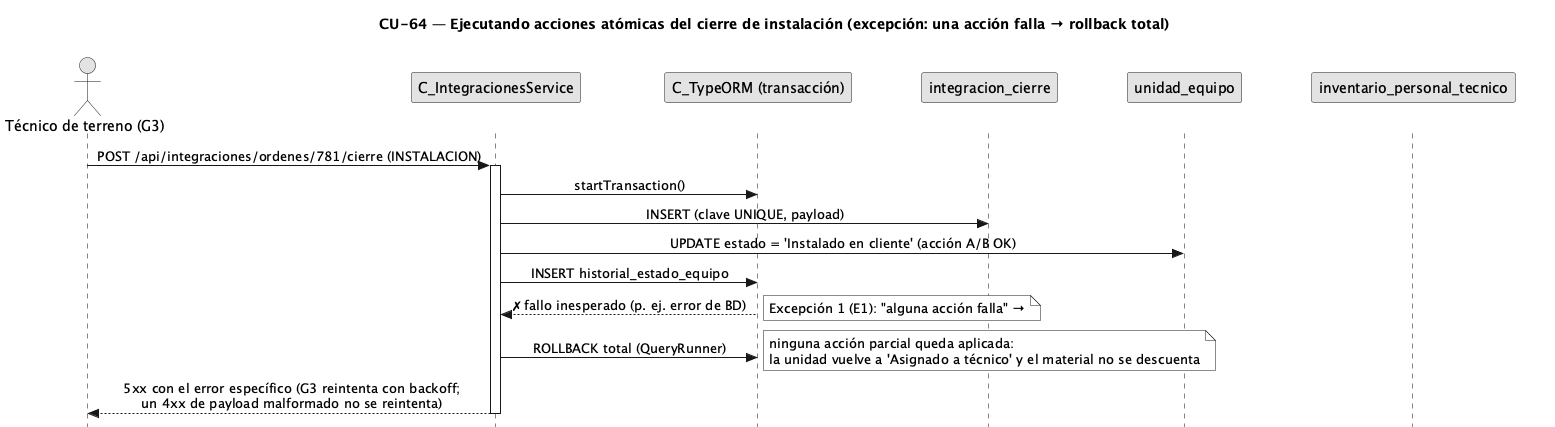
FSM-Finet-y-Cable-Magico/Team_1-Inventario-y-Bodega keeps this PlantUML diagram as diagramas/diagramas-secuencia/CU64/CU64-exc-fallo-accion.png. Above is the earlier version. Source of this version:
```plantuml
@startuml CU64-exc-fallo-accion
title CU-64 — Ejecutando acciones atómicas del cierre de instalación (excepción: una acción falla → rollback total)
skinparam style strictuml
skinparam monochrome true
skinparam shadowing false
skinparam sequenceMessageAlign center
<style>
sequenceDiagram {
  participant {
    margin 30
  }
  actor {
    margin 12
  }
}
</style>
skinparam sequence {
  MessageAlign center
  LifeLineBorderColor black
}
hide footbox

actor "Técnico de terreno (G3)" as g3
participant "C_IntegracionesService" as svc
participant "C_TypeORM (transacción)" as orm
participant "integracion_cierre" as cierre
participant "unidad_equipo" as uni
participant "inventario_personal_tecnico" as inv

g3 -> svc : POST /api/integraciones/ordenes/781/cierre (INSTALACION)
activate svc
svc -> orm : startTransaction()
svc -> cierre : INSERT (clave UNIQUE, payload)
svc -> uni : UPDATE estado = 'Instalado en cliente' (acción A/B OK)
svc -> orm : INSERT historial_estado_equipo
orm --> svc : ✗ fallo inesperado (p. ej. error de BD)
note right : Excepción 1 (E1): "alguna acción falla" →
svc -> orm : ROLLBACK total (QueryRunner)
note right : ninguna acción parcial queda aplicada:\nla unidad vuelve a 'Asignado a técnico' y el material no se descuenta
svc --> g3 : 5xx con el error específico (G3 reintenta con backoff;\nun 4xx de payload malformado no se reintenta)
deactivate svc
@enduml
```
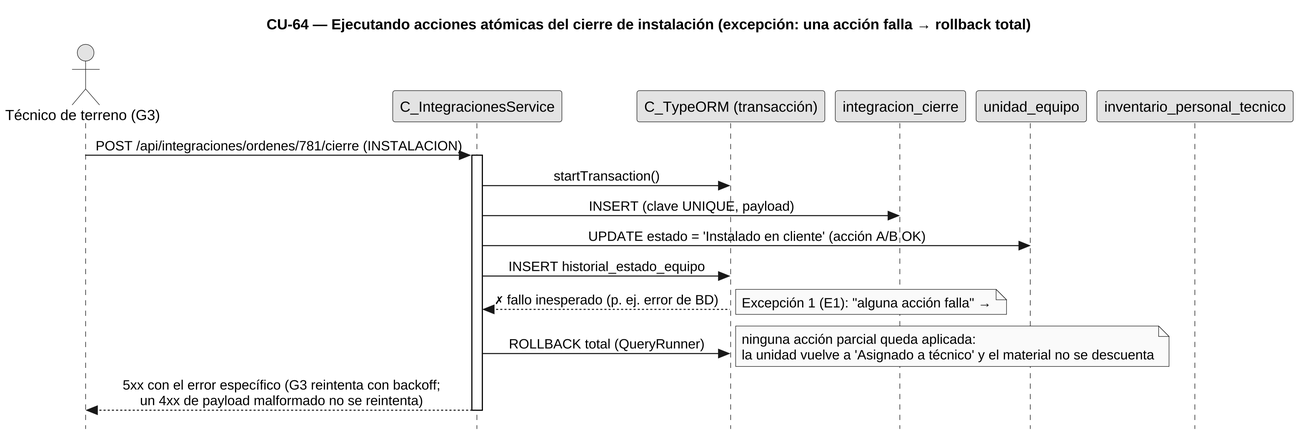
Above is the later version.

Diff of the diagram source:
```diff
@@ -1,4 +1,12 @@
 @startuml CU64-exc-fallo-accion
+skinparamlocked dpi 240
+skinparamlocked defaultFontName Liberation Sans
+skinparam sequenceDividerBorderThickness 0.6
+skinparam sequenceDividerBorderColor 888888
+skinparam sequenceDividerBackgroundColor white
+skinparam sequenceDividerFontStyle italic
+skinparam sequenceDividerFontColor 444444
+skinparam sequenceDividerShadowing false
 title CU-64 — Ejecutando acciones atómicas del cierre de instalación (excepción: una acción falla → rollback total)
 skinparam style strictuml
 skinparam monochrome true
@@ -33,7 +41,7 @@
 svc -> cierre : INSERT (clave UNIQUE, payload)
 svc -> uni : UPDATE estado = 'Instalado en cliente' (acción A/B OK)
 svc -> orm : INSERT historial_estado_equipo
-orm --> svc : ✗ fallo inesperado (p. ej. error de BD)
+orm --> svc : <font:DejaVu Sans Mono>✗</font> fallo inesperado (p. ej. error de BD)
 note right : Excepción 1 (E1): "alguna acción falla" →
 svc -> orm : ROLLBACK total (QueryRunner)
 note right : ninguna acción parcial queda aplicada:\nla unidad vuelve a 'Asignado a técnico' y el material no se descuenta
```
